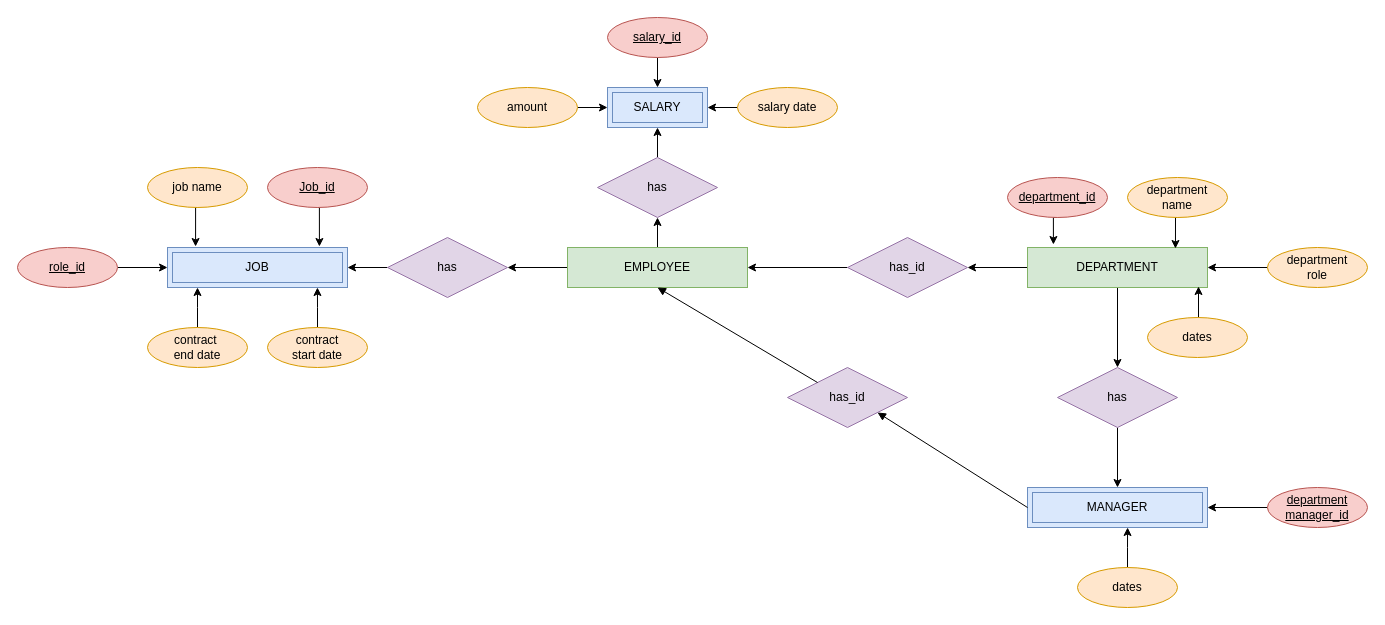
Above: Conceptual - manager.drawio in MariaFerreiraCCT/web_ca1 (draw.io), before the change. Source tidied: cells renumbered, new cells numbered last; positions are measured from the earlier drawing's top-left corner, leaving out a move shared by most shapes. Both pictures are drawn from the tidied source at 100%, with x=0, y=0 at pixel (17, 17).
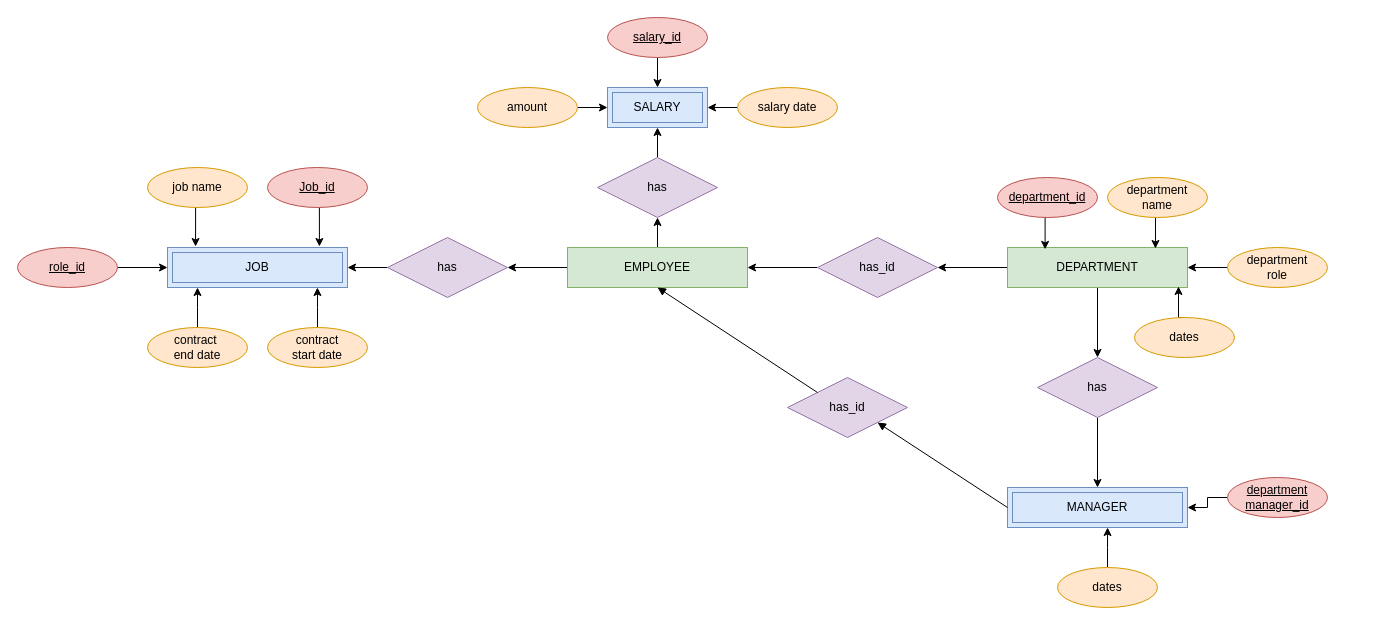
Above is the later version.

Commit message:
adjusting arrow positions

Change to the diagram source:
```diff
@@
     <mxCell id="5" value="DEPARTMENT" style="whiteSpace=wrap;html=1;align=center;fillColor=#d5e8d4;strokeColor=#82b366;" parent="1" vertex="1">
-      <mxGeometry x="1010" y="230" width="180" height="40" as="geometry" />
+      <mxGeometry x="990" y="230" width="180" height="40" as="geometry" />
     </mxCell>
     <mxCell id="6" value="MANAGER" style="shape=ext;margin=3;double=1;whiteSpace=wrap;html=1;align=center;fillColor=#dae8fc;strokeColor=#6c8ebf;" parent="1" vertex="1">
-      <mxGeometry x="1010" y="470" width="180" height="40" as="geometry" />
+      <mxGeometry x="990" y="470" width="180" height="40" as="geometry" />
     </mxCell>
@@
     <mxCell id="32" value="has_id" style="shape=rhombus;perimeter=rhombusPerimeter;whiteSpace=wrap;html=1;align=center;fillColor=#e1d5e7;strokeColor=#9673a6;" parent="1" vertex="1">
-      <mxGeometry x="830" y="220" width="120" height="60" as="geometry" />
+      <mxGeometry x="800" y="220" width="120" height="60" as="geometry" />
     </mxCell>
-    <mxCell id="33" style="edgeStyle=orthogonalEdgeStyle;rounded=0;jettySize=auto;html=1;exitX=0.5;exitY=1;exitDx=0;exitDy=0;entryX=0.144;entryY=-0.075;entryDx=0;entryDy=0;entryPerimeter=0;" parent="1" edge="1" source="34" target="5">
+    <mxCell id="33" style="edgeStyle=orthogonalEdgeStyle;rounded=0;jettySize=auto;html=1;exitX=0.5;exitY=1;exitDx=0;exitDy=0;entryX=0.209;entryY=0.047;entryDx=0;entryDy=0;entryPerimeter=0;strokeColor=#000000;fontColor=#143642;fillColor=#FAE5C7;" parent="1" edge="1" source="34" target="5">
       <mxGeometry relative="1" as="geometry" />
     </mxCell>
     <mxCell id="34" value="department_id" style="ellipse;whiteSpace=wrap;html=1;align=center;fontStyle=4;fillColor=#f8cecc;strokeColor=#b85450;" parent="1" vertex="1">
-      <mxGeometry x="990" y="160" width="100" height="40" as="geometry" />
+      <mxGeometry x="980" y="160" width="100" height="40" as="geometry" />
     </mxCell>
@@
     <mxCell id="36" value="department&lt;br&gt;role" style="ellipse;whiteSpace=wrap;html=1;align=center;fillColor=#ffe6cc;strokeColor=#d79b00;" parent="1" vertex="1">
-      <mxGeometry x="1250" y="230" width="100" height="40" as="geometry" />
+      <mxGeometry x="1210" y="230" width="100" height="40" as="geometry" />
     </mxCell>
@@
     <mxCell id="38" value="has" style="shape=rhombus;perimeter=rhombusPerimeter;whiteSpace=wrap;html=1;align=center;fillColor=#e1d5e7;strokeColor=#9673a6;" parent="1" vertex="1">
-      <mxGeometry x="1040" y="350" width="120" height="60" as="geometry" />
+      <mxGeometry x="1020" y="340" width="120" height="60" as="geometry" />
     </mxCell>
     <mxCell id="39" value="has_id" style="shape=rhombus;perimeter=rhombusPerimeter;whiteSpace=wrap;html=1;align=center;fillColor=#e1d5e7;strokeColor=#9673a6;" parent="1" vertex="1">
-      <mxGeometry x="770" y="350" width="120" height="60" as="geometry" />
+      <mxGeometry x="770" y="360" width="120" height="60" as="geometry" />
     </mxCell>
@@
     <mxCell id="41" value="department &lt;br&gt;name" style="ellipse;whiteSpace=wrap;html=1;align=center;fillColor=#ffe6cc;strokeColor=#d79b00;" parent="1" vertex="1">
-      <mxGeometry x="1110" y="160" width="100" height="40" as="geometry" />
+      <mxGeometry x="1090" y="160" width="100" height="40" as="geometry" />
     </mxCell>
@@
     <mxCell id="43" value="dates" style="ellipse;whiteSpace=wrap;html=1;align=center;fillColor=#ffe6cc;strokeColor=#d79b00;" parent="1" vertex="1">
-      <mxGeometry x="1130" y="300" width="100" height="40" as="geometry" />
+      <mxGeometry x="1117" y="300" width="100" height="40" as="geometry" />
     </mxCell>
@@
     <mxCell id="45" value="department&lt;br&gt;manager_id" style="ellipse;whiteSpace=wrap;html=1;align=center;fontStyle=4;fillColor=#f8cecc;strokeColor=#b85450;" parent="1" vertex="1">
-      <mxGeometry x="1250" y="470" width="100" height="40" as="geometry" />
+      <mxGeometry x="1210" y="460" width="100" height="40" as="geometry" />
     </mxCell>
@@
     <mxCell id="47" value="dates" style="ellipse;whiteSpace=wrap;html=1;align=center;fillColor=#ffe6cc;strokeColor=#d79b00;" parent="1" vertex="1">
-      <mxGeometry x="1060" y="550" width="100" height="40" as="geometry" />
+      <mxGeometry x="1040" y="550" width="100" height="40" as="geometry" />
     </mxCell>
```
